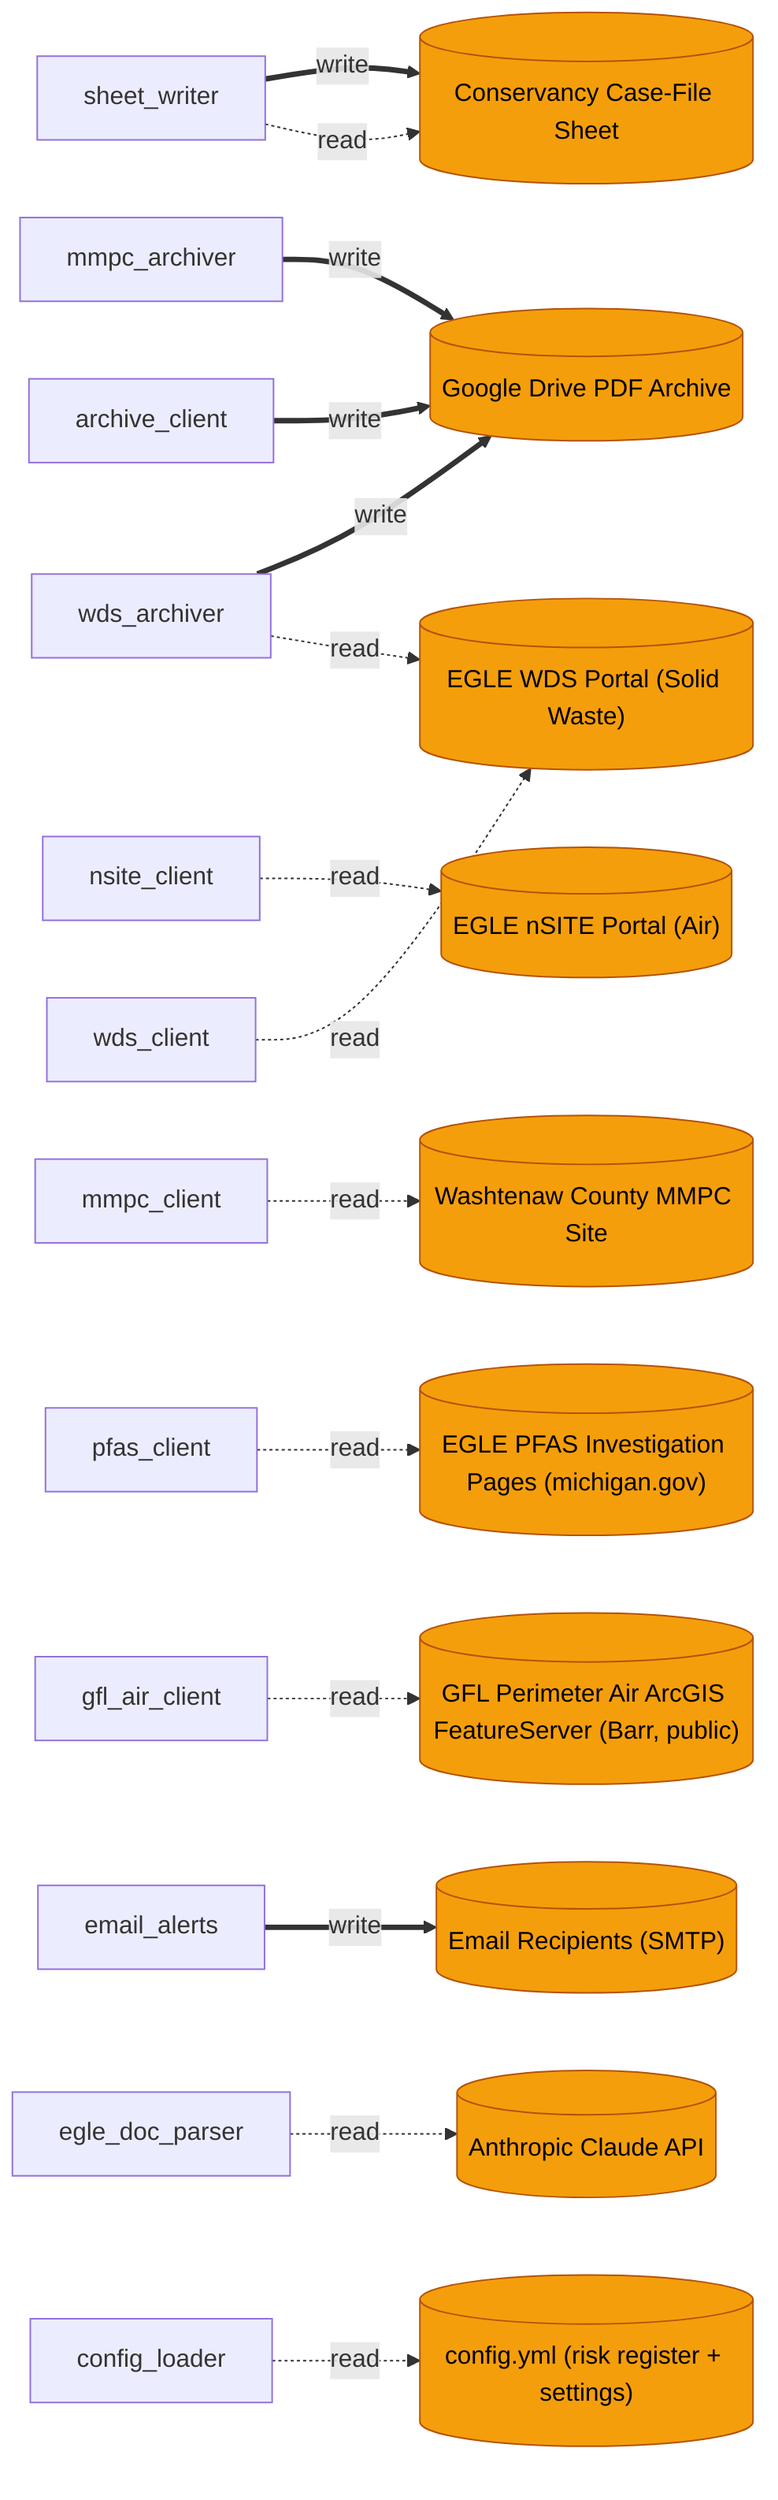
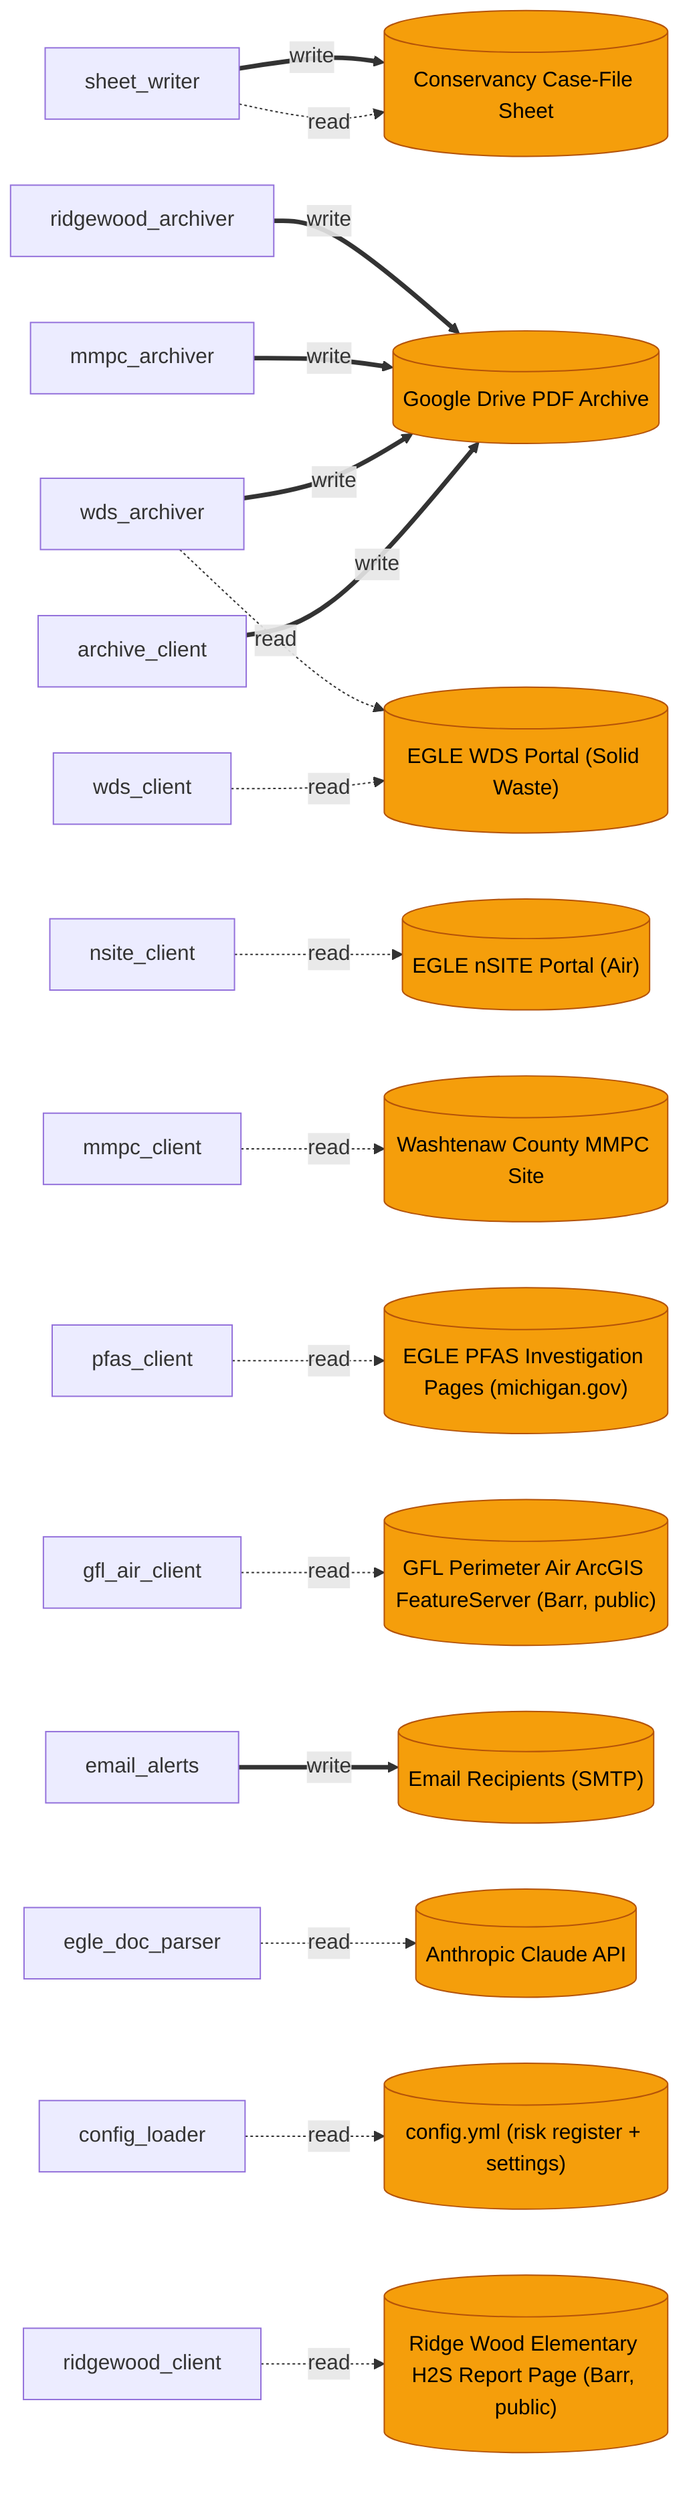
graph LR
  %% program -> data store lineage; dotted = read, bold = write
  ds_conservancy_sheet[("Conservancy Case-File Sheet")]
  ds_drive_archive[("Google Drive PDF Archive")]
  ds_nsite[("EGLE nSITE Portal (Air)")]
  ds_wds[("EGLE WDS Portal (Solid Waste)")]
  ds_mmpc[("Washtenaw County MMPC Site")]
  ds_pfas[("EGLE PFAS Investigation Pages (michigan.gov)")]
  ds_gfl_air[("GFL Perimeter Air ArcGIS FeatureServer (Barr, public)")]
+   ds_ridgewood[("Ridge Wood Elementary H2S Report Page (Barr, public)")]
  ds_smtp[("Email Recipients (SMTP)")]
  ds_anthropic[("Anthropic Claude API")]
  ds_config[("config.yml (risk register + settings)")]
  sheet_writer["sheet_writer"]
  sheet_writer -. read .-> ds_conservancy_sheet
  sheet_writer ==>|write| ds_conservancy_sheet
  archive_client["archive_client"]
  archive_client ==>|write| ds_drive_archive
  nsite_client["nsite_client"]
  nsite_client -. read .-> ds_nsite
  wds_client["wds_client"]
  wds_client -. read .-> ds_wds
  mmpc_client["mmpc_client"]
  mmpc_client -. read .-> ds_mmpc
  pfas_client["pfas_client"]
  pfas_client -. read .-> ds_pfas
  gfl_air_client["gfl_air_client"]
  gfl_air_client -. read .-> ds_gfl_air
  email_alerts["email_alerts"]
  email_alerts ==>|write| ds_smtp
  egle_doc_parser["egle_doc_parser"]
  egle_doc_parser -. read .-> ds_anthropic
  config_loader["config_loader"]
  config_loader -. read .-> ds_config
  wds_archiver["wds_archiver"]
  wds_archiver -. read .-> ds_wds
  wds_archiver ==>|write| ds_drive_archive
  mmpc_archiver["mmpc_archiver"]
  mmpc_archiver ==>|write| ds_drive_archive
+   ridgewood_client["ridgewood_client"]
+   ridgewood_client -. read .-> ds_ridgewood
+   ridgewood_archiver["ridgewood_archiver"]
+   ridgewood_archiver ==>|write| ds_drive_archive
  style ds_conservancy_sheet fill:#f59e0b,color:#000,stroke:#b45309
  style ds_drive_archive fill:#f59e0b,color:#000,stroke:#b45309
  style ds_nsite fill:#f59e0b,color:#000,stroke:#b45309
  style ds_wds fill:#f59e0b,color:#000,stroke:#b45309
  style ds_mmpc fill:#f59e0b,color:#000,stroke:#b45309
  style ds_pfas fill:#f59e0b,color:#000,stroke:#b45309
  style ds_gfl_air fill:#f59e0b,color:#000,stroke:#b45309
+   style ds_ridgewood fill:#f59e0b,color:#000,stroke:#b45309
  style ds_smtp fill:#f59e0b,color:#000,stroke:#b45309
  style ds_anthropic fill:#f59e0b,color:#000,stroke:#b45309
  style ds_config fill:#f59e0b,color:#000,stroke:#b45309
